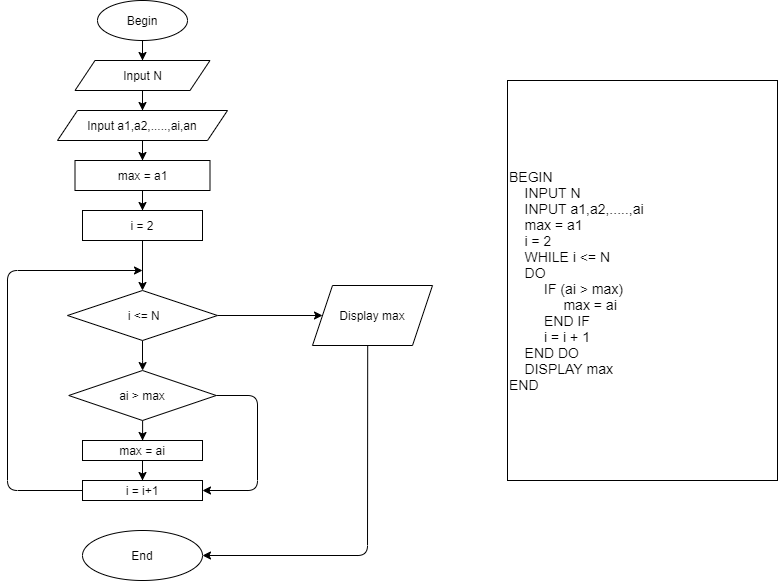
The draw.io diagram module1/3_Mo_ta_thuat_toan_bang_Pseudo_code_&_Flowchart/2_Bai_tap/Mo_ta_thuat_toan_tim_gia_tri_lon_nhat_trong_day_so.png in tuantran1611/C0920G1-TranThanhTuan, before a commit. Source tidied: cells renumbered, new cells last; positions are measured from the earlier drawing's top-left corner, leaving out a move shared by most shapes.
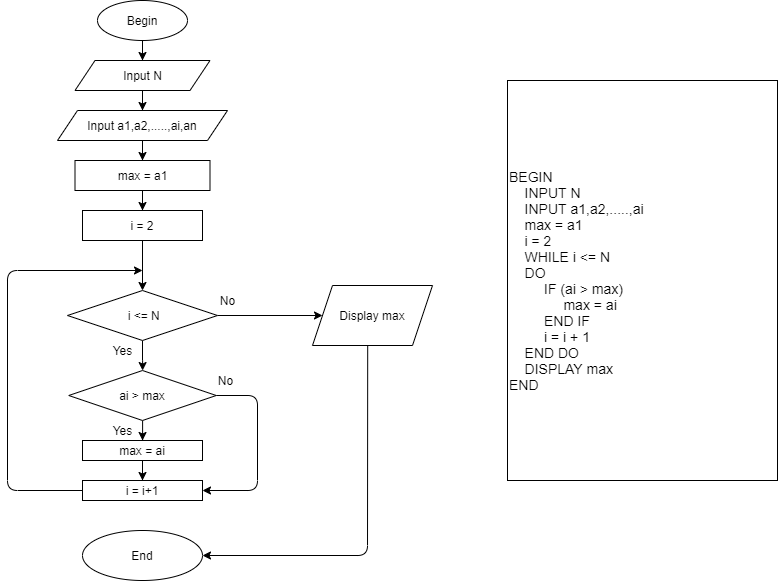
Later version of the same file.

Diff of the diagram source:
```diff
@@ -89,5 +89,17 @@
         </Array>
       </mxGeometry>
     </mxCell>
+    <mxCell id="26" value="No" style="text;html=1;align=center;verticalAlign=middle;" parent="1" vertex="1">
+      <mxGeometry x="205" y="290" width="30" height="20" as="geometry" />
+    </mxCell>
+    <mxCell id="27" value="Yes" style="text;html=1;align=center;verticalAlign=middle;" parent="1" vertex="1">
+      <mxGeometry x="100" y="340" width="30" height="20" as="geometry" />
+    </mxCell>
+    <mxCell id="28" value="No" style="text;html=1;align=center;verticalAlign=middle;" parent="1" vertex="1">
+      <mxGeometry x="202.5" y="370" width="30" height="20" as="geometry" />
+    </mxCell>
+    <mxCell id="29" value="Yes" style="text;html=1;align=center;verticalAlign=middle;" parent="1" vertex="1">
+      <mxGeometry x="100" y="420" width="30" height="20" as="geometry" />
+    </mxCell>
   </root>
 </mxGraphModel>
```
